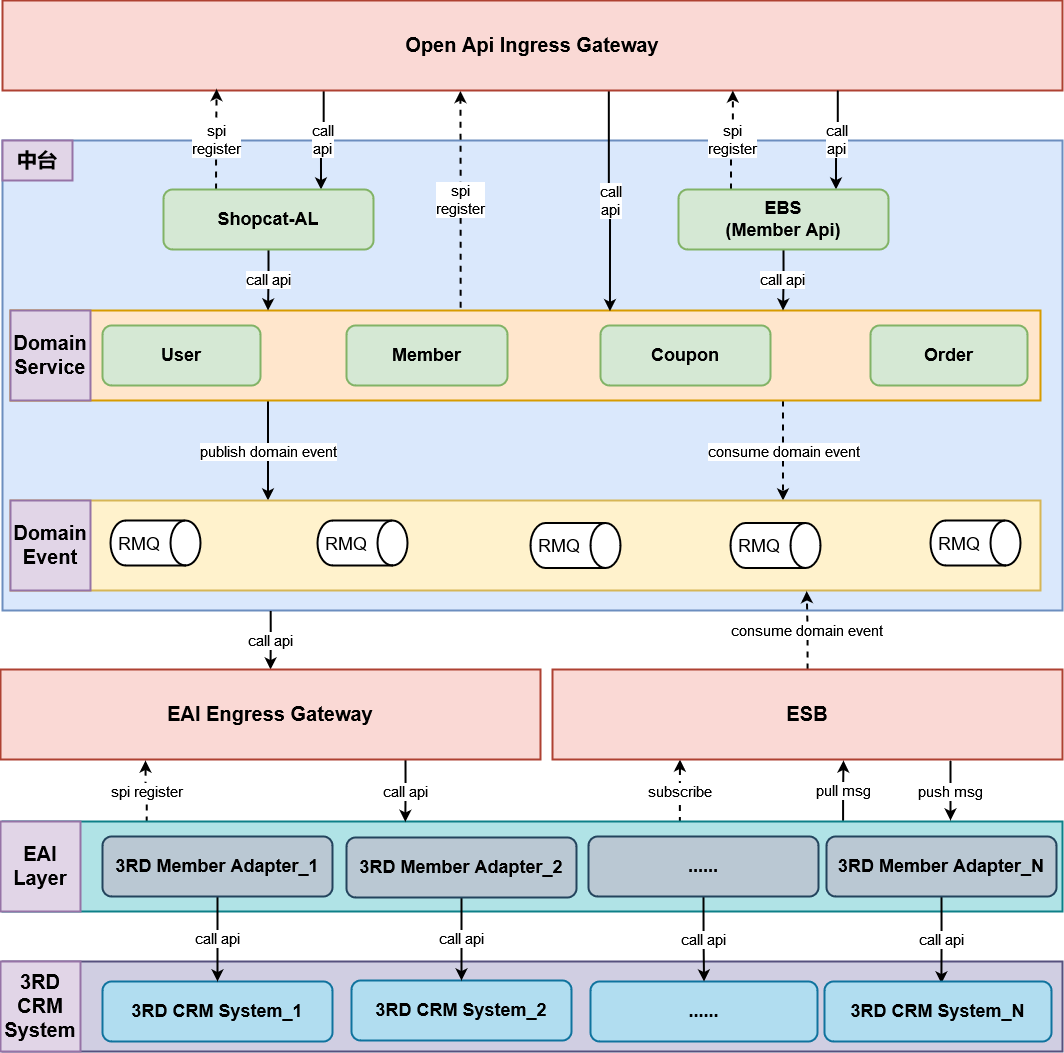
Above: Shopcat.drawio.png in jackie-thank/beego-authz (draw.io), before the change. Source tidied: cells renumbered, new cells last; positions are measured from the earlier drawing's top-left corner, leaving out a move shared by most shapes.
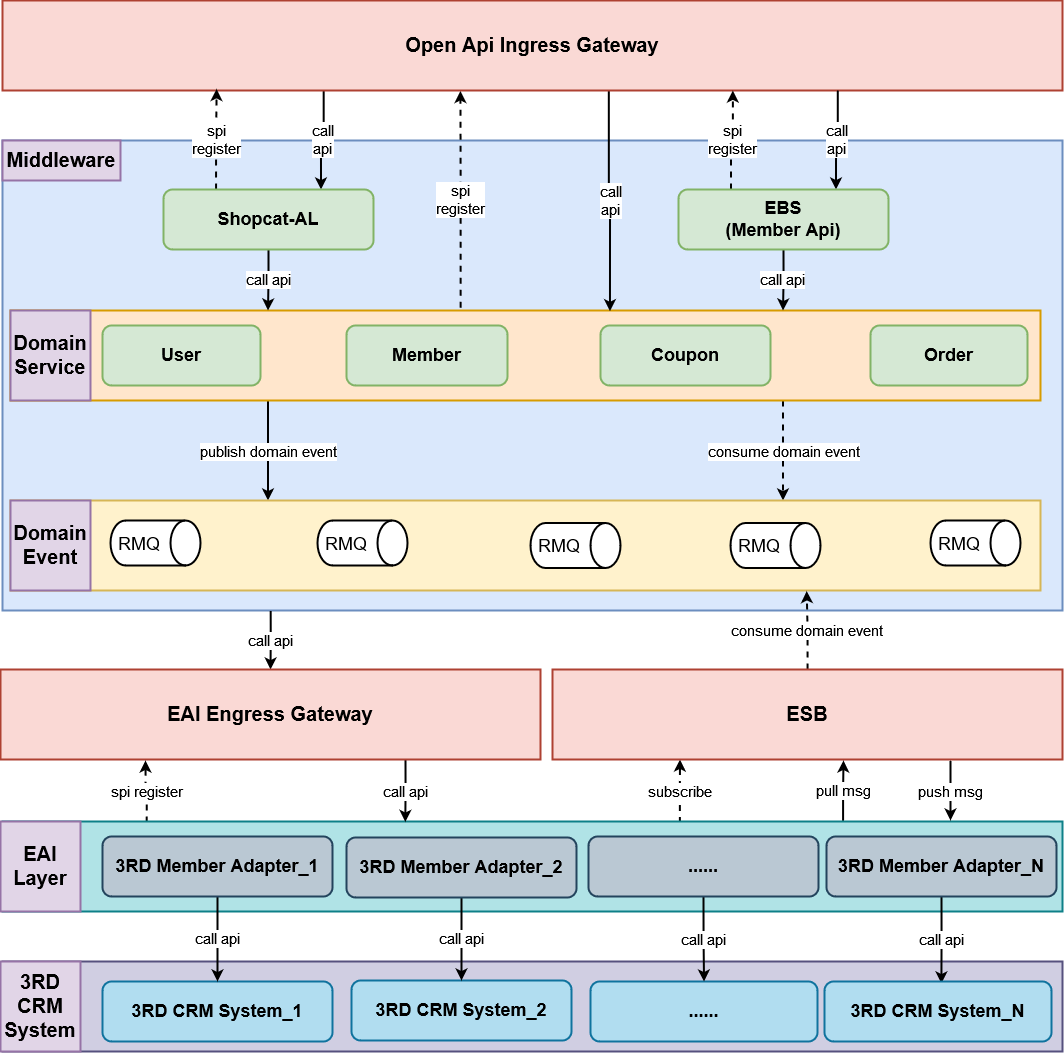
After the commit.

The edit, as a diff of the source:
```diff
@@ -90,8 +90,8 @@
     <mxCell id="29" value="&lt;div&gt;3RD CRM System_N&lt;br&gt;&lt;/div&gt;" style="rounded=1;whiteSpace=wrap;html=1;strokeWidth=2;fontSize=18;fontStyle=1;fillColor=#b1ddf0;strokeColor=#10739e;" parent="1" vertex="1">
       <mxGeometry x="824" y="981" width="227" height="60" as="geometry" />
     </mxCell>
-    <mxCell id="30" value="中台" style="rounded=0;whiteSpace=wrap;html=1;strokeWidth=2;fontSize=20;fontStyle=1;fillColor=#e1d5e7;strokeColor=#9673a6;" parent="1" vertex="1">
-      <mxGeometry x="2" y="140" width="70" height="40" as="geometry" />
+    <mxCell id="30" value="Middleware" style="rounded=0;whiteSpace=wrap;html=1;strokeWidth=2;fontSize=20;fontStyle=1;fillColor=#e1d5e7;strokeColor=#9673a6;" parent="1" vertex="1">
+      <mxGeometry x="2" y="140" width="118" height="40" as="geometry" />
     </mxCell>
     <mxCell id="31" value="&lt;div&gt;EAI&lt;/div&gt;&lt;div&gt;Layer&lt;br&gt;&lt;/div&gt;" style="rounded=0;whiteSpace=wrap;html=1;strokeWidth=2;fontSize=20;fontStyle=1;fillColor=#e1d5e7;strokeColor=#9673a6;" parent="1" vertex="1">
       <mxGeometry y="821" width="80" height="90" as="geometry" />
```
